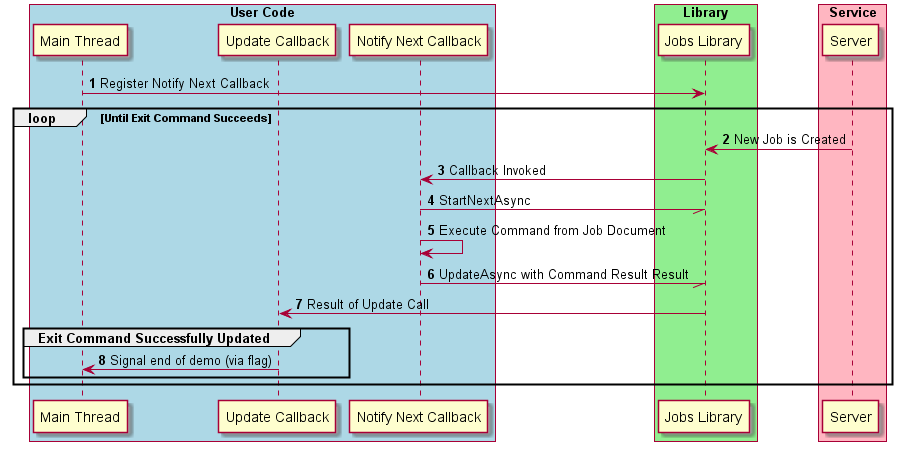
aws/aws-iot-device-sdk-embedded-C keeps this PlantUML diagram as doc/plantuml/images/jobs_demo.png. Above is the earlier version.
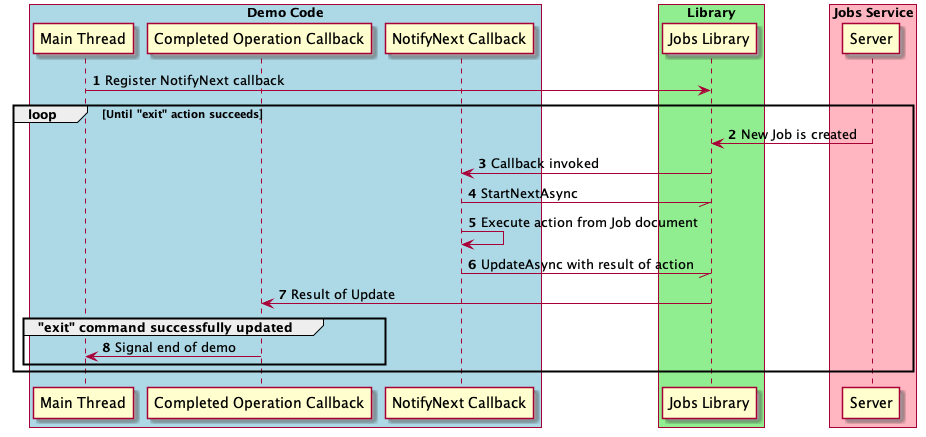
The same file after the commit.

The edit, as a diff of the source:
```diff
@@ -4,35 +4,35 @@
 autonumber
 
 participant "Main Thread" as main
-participant "Notify Next Callback" as cb
-participant "Update Callback" as ucb
+participant "Completed Operation Callback" as operation
+participant "NotifyNext Callback" as notify
 participant "Jobs Library" as lib
 
-box "User Code" #LightBlue
+box "Demo Code" #LightBlue
     participant main
-    participant ucb
-    participant cb
+    participant operation
+    participant notify
 end box
 box "Library" #LightGreen
     participant lib
 end box
 
-box "Service" #LightPink
+box "Jobs Service" #LightPink
     participant "Server" as server
 end box
 
-main -> lib: Register Notify Next Callback
+main -> lib: Register NotifyNext callback
 
-loop #transparent Until Exit Command Succeeds
-    server -> lib: New Job is Created
-    lib -> cb: Callback Invoked
-    cb -// lib: StartNextAsync
-    cb -> cb: Execute Command from Job Document
-    cb -// lib: UpdateAsync with Command Result Result
-    lib -> ucb: Result of Update Call
+loop #transparent Until "exit" action succeeds
+    server -> lib: New Job is created
+    lib -> notify: Callback invoked
+    notify -// lib: StartNextAsync
+    notify -> notify: Execute action from Job document
+    notify -// lib: UpdateAsync with result of action
+    lib -> operation: Result of Update
 
-    group #transparent Exit Command Successfully Updated
-        ucb -> main: Signal end of demo (via flag)
+    group #transparent "exit" command successfully updated
+        operation -> main: Signal end of demo
     end
 end
 
```
